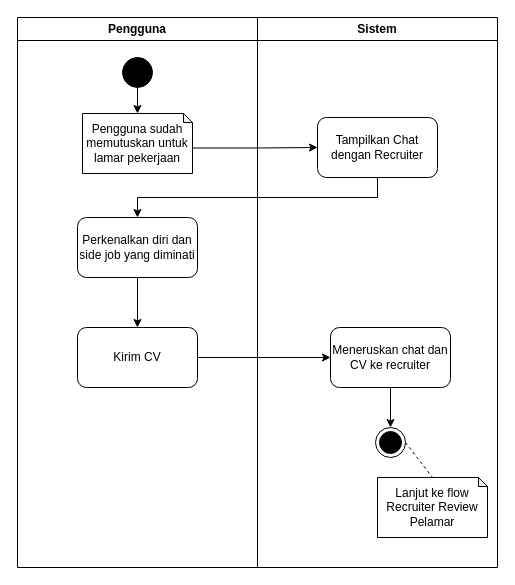
Before: page "Page-4" (4 of 5) of Untitled Diagram.drawio in alvina893/drafts--, a draw.io diagram. Source tidied: cells renumbered, new cells numbered last; positions are measured from the earlier drawing's top-left corner, leaving out a move shared by most shapes. Both pictures are drawn from the tidied source at 100%, with x=0, y=0 at pixel (17, 17).
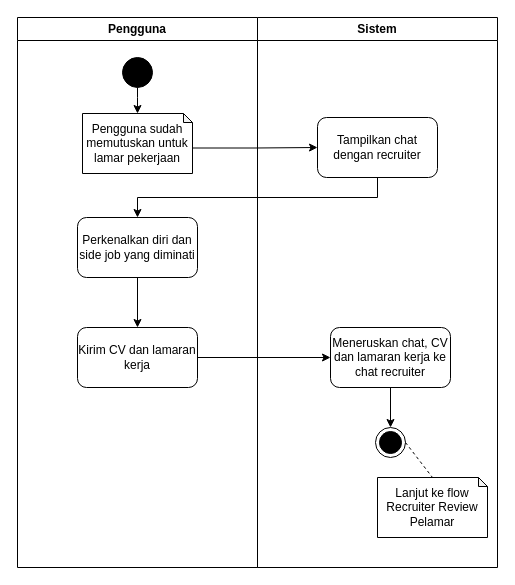
The same diagram, later.

The change refers to these unchanged cells:
```xml
<mxCell id="2" value="Pengguna" style="swimlane;whiteSpace=wrap;html=1;" parent="1" vertex="1">
  <mxGeometry width="240" height="550" as="geometry" />
</mxCell>
<mxCell id="9" value="Sistem" style="swimlane;whiteSpace=wrap;html=1;" parent="1" vertex="1">
  <mxGeometry x="240" width="240" height="550" as="geometry" />
</mxCell>
```

What changed in the source:
```diff
@@
-    <mxCell id="8" value="Kirim CV" style="rounded=1;whiteSpace=wrap;html=1;" parent="2" vertex="1">
+    <mxCell id="8" value="Kirim CV dan lamaran kerja" style="rounded=1;whiteSpace=wrap;html=1;" parent="2" vertex="1">
       <mxGeometry x="60" y="310" width="120" height="60" as="geometry" />
     </mxCell>
@@
-    <mxCell id="10" value="Tampilkan Chat dengan Recruiter" style="rounded=1;whiteSpace=wrap;html=1;" parent="9" vertex="1">
+    <mxCell id="10" value="Tampilkan chat dengan recruiter" style="rounded=1;whiteSpace=wrap;html=1;" parent="9" vertex="1">
       <mxGeometry x="60" y="100" width="120" height="60" as="geometry" />
     </mxCell>
-    <mxCell id="11" value="Meneruskan chat dan CV ke recruiter" style="rounded=1;whiteSpace=wrap;html=1;" parent="9" vertex="1">
+    <mxCell id="11" value="Meneruskan chat, CV dan lamaran kerja ke chat recruiter" style="rounded=1;whiteSpace=wrap;html=1;" parent="9" vertex="1">
       <mxGeometry x="73" y="310" width="120" height="60" as="geometry" />
     </mxCell>
```
